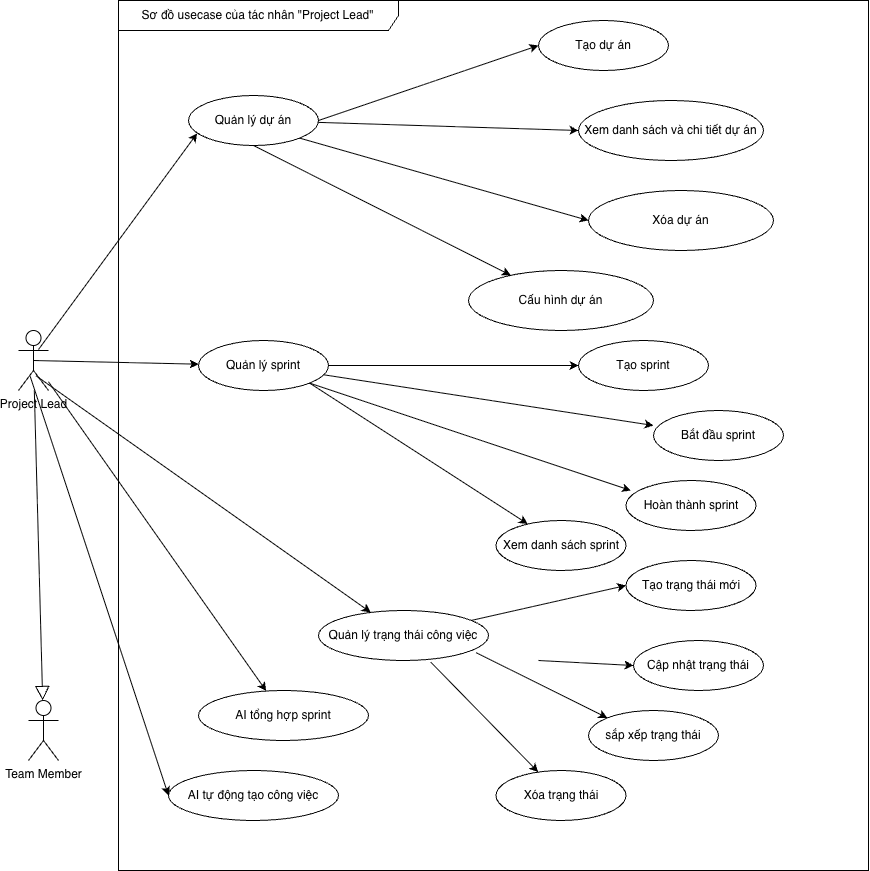
Above: reports/dat-examples/report/images/usecase_project_lead.png in toantran292/datn (draw.io), before the change. Source tidied: cells renumbered, new cells last; positions are measured from the earlier drawing's top-left corner, leaving out a move shared by most shapes.
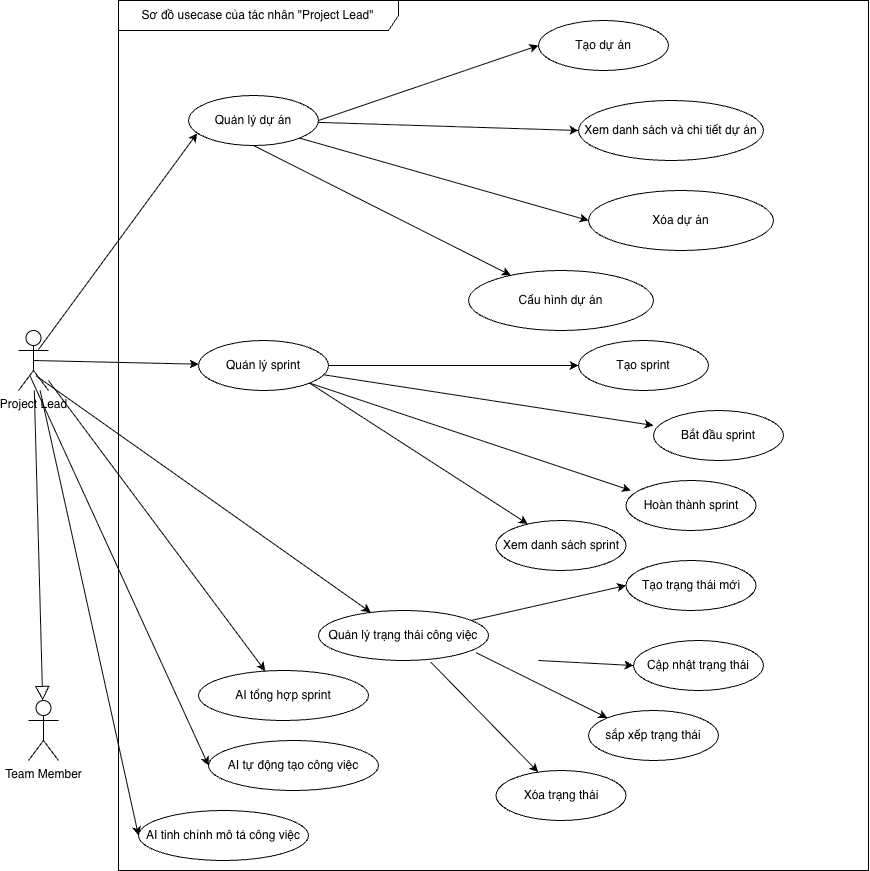
Later version of the same file.

What changed in the source:
```diff
@@ -89,11 +89,14 @@
       <mxGeometry relative="1" as="geometry" />
     </mxCell>
     <mxCell id="30" value="AI tổng hợp sprint" style="ellipse;whiteSpace=wrap;html=1;" parent="2" vertex="1">
-      <mxGeometry x="80" y="690" width="170" height="50" as="geometry" />
+      <mxGeometry x="80" y="670" width="170" height="50" as="geometry" />
     </mxCell>
     <mxCell id="31" value="AI tự động tạo công việc" style="ellipse;whiteSpace=wrap;html=1;" parent="2" vertex="1">
-      <mxGeometry x="50" y="770" width="170" height="50" as="geometry" />
+      <mxGeometry x="90" y="740" width="170" height="50" as="geometry" />
     </mxCell>
+    <mxCell id="40" value="AI tinh chỉnh mô tả công việc" style="ellipse;whiteSpace=wrap;html=1;" parent="2" vertex="1">
+      <mxGeometry x="20" y="810" width="170" height="50" as="geometry" />
+    </mxCell>
     <mxCell id="32" value="Project Lead" style="shape=umlActor;verticalLabelPosition=bottom;verticalAlign=top;html=1;" parent="1" vertex="1">
       <mxGeometry y="330" width="30" height="60" as="geometry" />
     </mxCell>
@@ -118,5 +121,8 @@
     <mxCell id="39" style="endArrow=classic;html=1;rounded=0;exitX=0.388;exitY=0.762;exitDx=0;exitDy=0;exitPerimeter=0;entryX=0;entryY=0.5;entryDx=0;entryDy=0;" parent="1" edge="1" source="32" target="31">
       <mxGeometry relative="1" as="geometry" />
     </mxCell>
+    <mxCell id="41" style="endArrow=classic;html=1;rounded=0;entryX=0;entryY=0.5;entryDx=0;entryDy=0;" parent="1" edge="1" source="32" target="40">
+      <mxGeometry relative="1" as="geometry" />
+    </mxCell>
   </root>
 </mxGraphModel>
```
